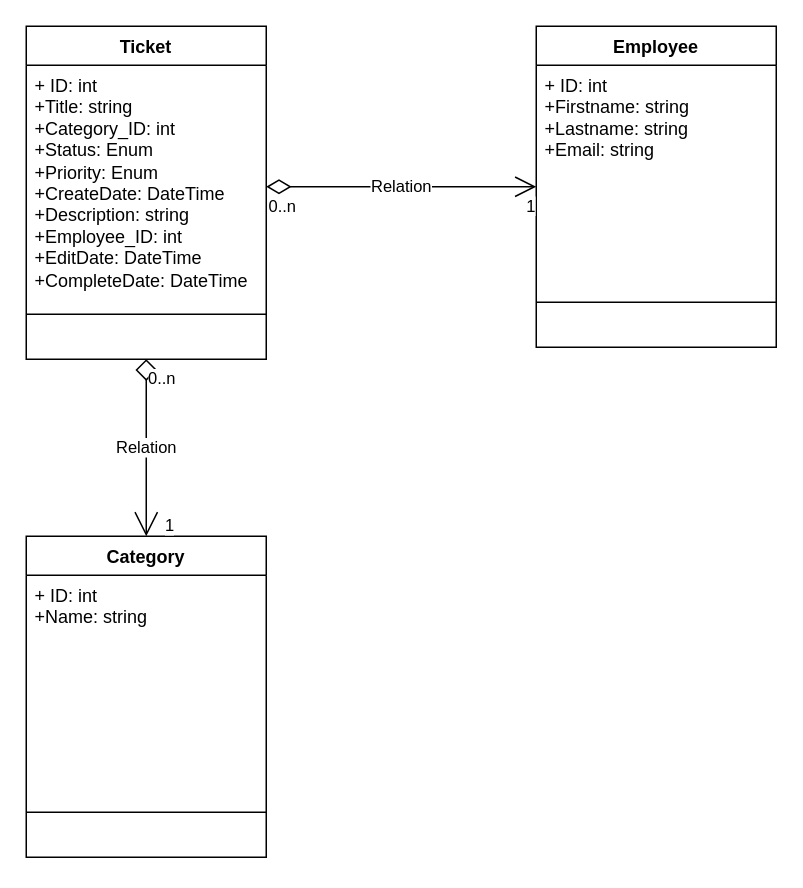
Above: docs/UML-Model.drawio in BITLC-dev-lab/ServiceDesk (draw.io), before the change. Source tidied: cells renumbered, new cells numbered last; positions are measured from the earlier drawing's top-left corner, leaving out a move shared by most shapes. Both pictures are drawn from the tidied source at 150%, with x=0, y=0 at pixel (26, 26).
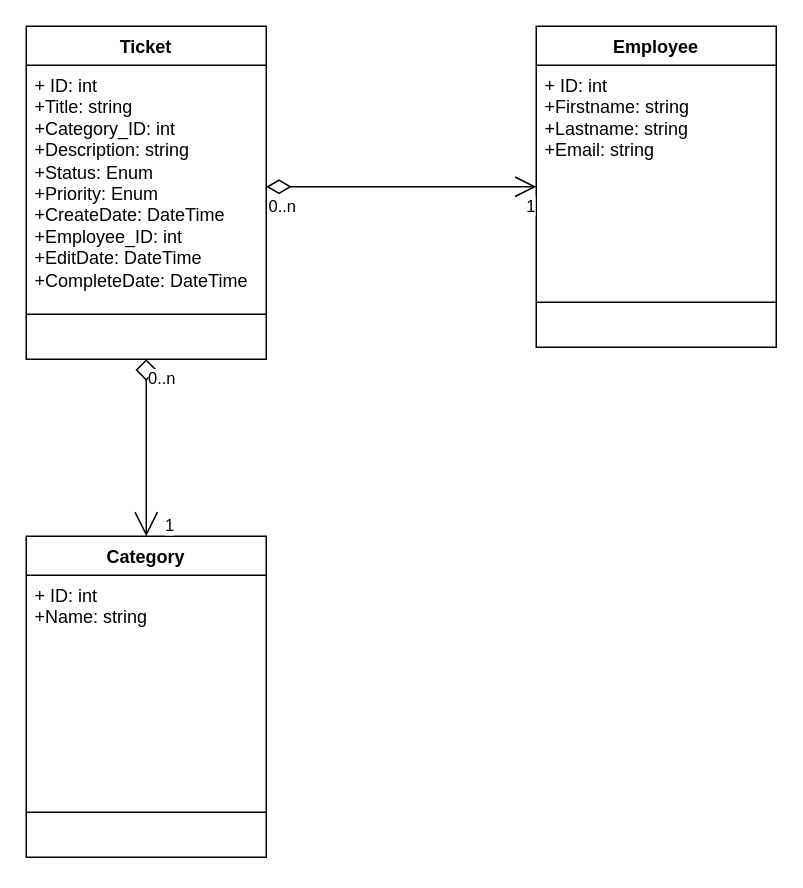
The same diagram, later.

Commit message (it also covers changes not shown here):
ER Model anpassen

Unchanged cells that the change refers to:
```xml
<mxCell id="2" value="Ticket" style="swimlane;fontStyle=1;align=center;verticalAlign=top;horizontal=1;startSize=26;whiteSpace=wrap;html=1;" parent="1" vertex="1">
  <mxGeometry width="160" height="222" as="geometry" />
</mxCell>
<mxCell id="6" value="Employee" style="swimlane;fontStyle=1;align=center;verticalAlign=top;horizontal=1;startSize=26;whiteSpace=wrap;html=1;" parent="1" vertex="1">
  <mxGeometry x="340" width="160" height="214" as="geometry" />
</mxCell>
<mxCell id="10" value="Category" style="swimlane;fontStyle=1;align=center;verticalAlign=top;horizontal=1;startSize=26;whiteSpace=wrap;html=1;" parent="1" vertex="1">
  <mxGeometry y="340" width="160" height="214" as="geometry" />
</mxCell>
```

Diff of the diagram source:
```diff
@@
-    <mxCell id="3" value="+ ID: int&lt;div&gt;+Title: string&lt;/div&gt;&lt;div&gt;+Category_ID: int&lt;/div&gt;&lt;div&gt;+Status: Enum&lt;/div&gt;&lt;div&gt;+Priority: Enum&lt;/div&gt;&lt;div&gt;+CreateDate: DateTime&lt;/div&gt;&lt;div&gt;+Description: string&lt;/div&gt;&lt;div&gt;+Employee_ID: int&lt;/div&gt;&lt;div&gt;+EditDate: DateTime&lt;/div&gt;&lt;div&gt;+CompleteDate: DateTime&lt;/div&gt;" style="text;strokeColor=none;fillColor=none;align=left;verticalAlign=top;spacingLeft=4;spacingRight=4;overflow=hidden;points=[[0,0.5],[1,0.5]];portConstraint=eastwest;whiteSpace=wrap;html=1;" parent="2" vertex="1">
+    <mxCell id="3" value="+ ID: int&lt;div&gt;+Title: string&lt;/div&gt;&lt;div&gt;+Category_ID: int&lt;/div&gt;&lt;div&gt;+Description: string&lt;/div&gt;&lt;div&gt;+Status: Enum&lt;/div&gt;&lt;div&gt;+Priority: Enum&lt;/div&gt;&lt;div&gt;+CreateDate: DateTime&lt;/div&gt;&lt;div&gt;+Employee_ID: int&lt;/div&gt;&lt;div&gt;+EditDate: DateTime&lt;/div&gt;&lt;div&gt;+CompleteDate: DateTime&lt;/div&gt;" style="text;strokeColor=none;fillColor=none;align=left;verticalAlign=top;spacingLeft=4;spacingRight=4;overflow=hidden;points=[[0,0.5],[1,0.5]];portConstraint=eastwest;whiteSpace=wrap;html=1;" parent="2" vertex="1">
       <mxGeometry y="26" width="160" height="162" as="geometry" />
     </mxCell>
@@
-    <mxCell id="14" value="Relation" style="endArrow=diamond;html=1;endSize=12;startArrow=open;startSize=14;startFill=0;edgeStyle=orthogonalEdgeStyle;rounded=0;exitX=0.5;exitY=0;exitDx=0;exitDy=0;entryX=0.5;entryY=1;entryDx=0;entryDy=0;endFill=0;" parent="1" edge="1" source="10" target="2">
+    <mxCell id="14" style="endArrow=diamond;html=1;endSize=12;startArrow=open;startSize=14;startFill=0;edgeStyle=orthogonalEdgeStyle;rounded=0;exitX=0.5;exitY=0;exitDx=0;exitDy=0;entryX=0.5;entryY=1;entryDx=0;entryDy=0;endFill=0;" parent="1" edge="1" source="10" target="2">
       <mxGeometry relative="1" as="geometry" />
     </mxCell>
@@
-    <mxCell id="17" value="Relation" style="endArrow=open;html=1;endSize=12;startArrow=diamondThin;startSize=14;startFill=0;edgeStyle=orthogonalEdgeStyle;rounded=0;entryX=0;entryY=0.5;entryDx=0;entryDy=0;exitX=1;exitY=0.5;exitDx=0;exitDy=0;" parent="1" edge="1" source="3" target="6">
+    <mxCell id="17" style="endArrow=open;html=1;endSize=12;startArrow=diamondThin;startSize=14;startFill=0;edgeStyle=orthogonalEdgeStyle;rounded=0;entryX=0;entryY=0.5;entryDx=0;entryDy=0;exitX=1;exitY=0.5;exitDx=0;exitDy=0;" parent="1" edge="1" source="3" target="6">
       <mxGeometry relative="1" as="geometry" />
     </mxCell>
```
